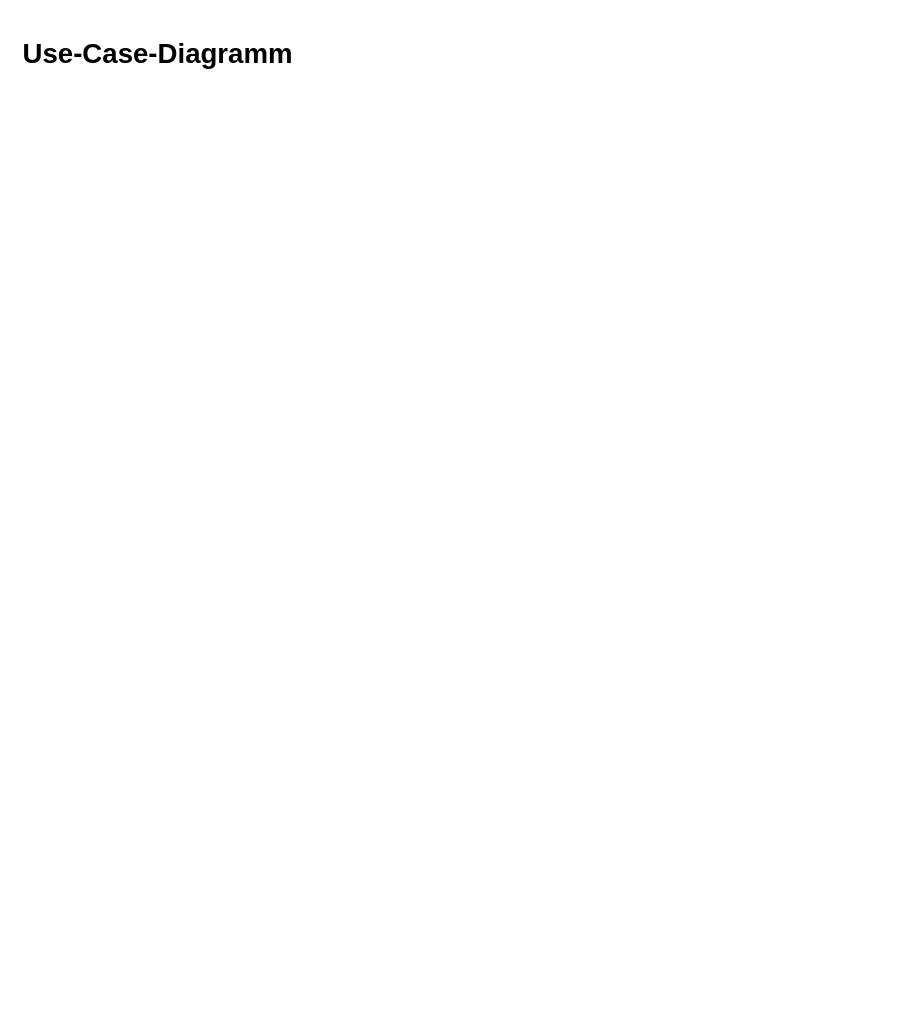
This is Use-Case-Diagramm_Hannah.drawio from LauraSw/Kreativkonzeption, a draw.io file, before an edit. Source tidied: cells renumbered, new cells numbered last; positions are measured from the earlier drawing's top-left corner, leaving out a move shared by most shapes. Both pictures are drawn from the tidied source at 115%, with x=0, y=0 at pixel (20, 31).
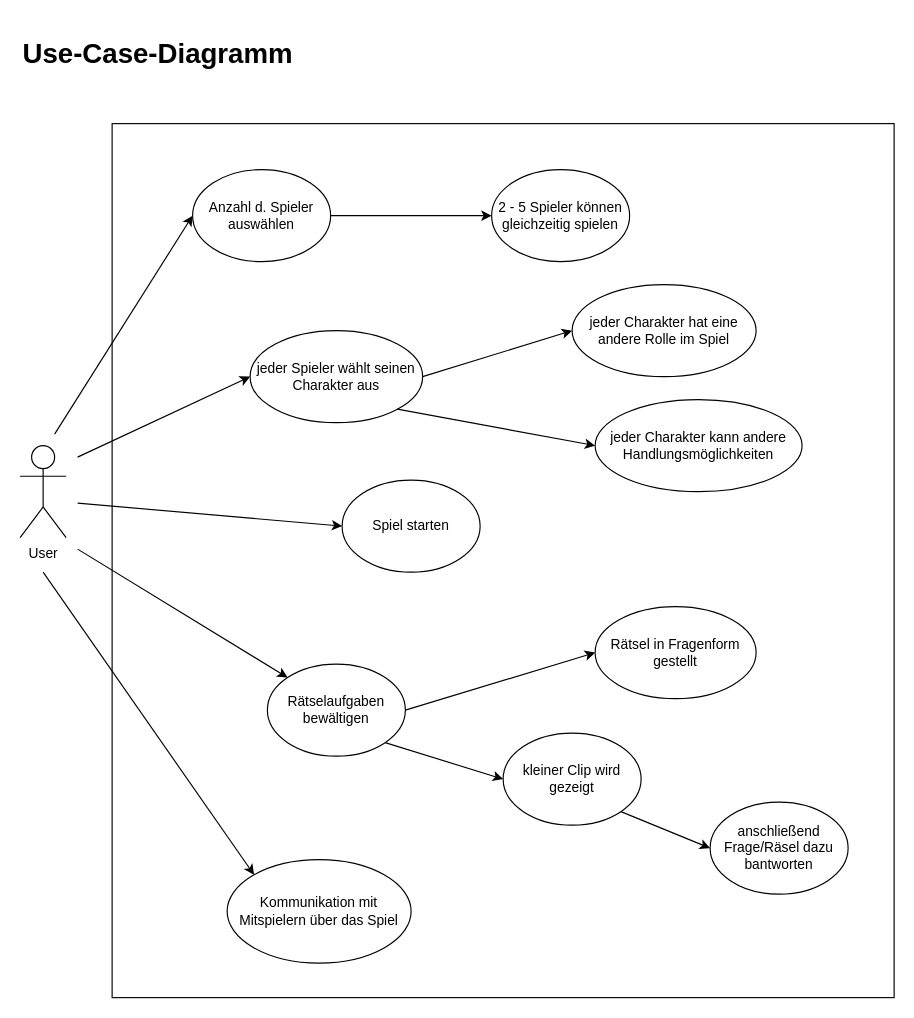
Above is the later version.

Commit message:
Update Use-Case

The edit, as a diff of the source:
```diff
@@
+    <mxCell id="3" value="User" style="shape=umlActor;verticalLabelPosition=bottom;verticalAlign=top;html=1;" parent="1" vertex="1">
+      <mxGeometry y="360" width="40" height="80" as="geometry" />
+    </mxCell>
+    <mxCell id="4" style="whiteSpace=wrap;html=1;" parent="1" vertex="1">
+      <mxGeometry x="80" y="80" width="680" height="760" as="geometry" />
+    </mxCell>
+    <mxCell id="5" value="Anzahl d. Spieler auswählen" style="ellipse;whiteSpace=wrap;html=1;" parent="1" vertex="1">
+      <mxGeometry x="150" y="120" width="120" height="80" as="geometry" />
+    </mxCell>
+    <mxCell id="6" value="2 - 5 Spieler können gleichzeitig spielen" style="ellipse;whiteSpace=wrap;html=1;" parent="1" vertex="1">
+      <mxGeometry x="410" y="120" width="120" height="80" as="geometry" />
+    </mxCell>
+    <mxCell id="7" value="jeder Spieler wählt seinen Charakter aus" style="ellipse;whiteSpace=wrap;html=1;" parent="1" vertex="1">
+      <mxGeometry x="200" y="260" width="150" height="80" as="geometry" />
+    </mxCell>
+    <mxCell id="8" value="jeder Charakter hat eine andere Rolle im Spiel" style="ellipse;whiteSpace=wrap;html=1;" parent="1" vertex="1">
+      <mxGeometry x="480" y="220" width="160" height="80" as="geometry" />
+    </mxCell>
+    <mxCell id="9" value="jeder Charakter kann andere Handlungsmöglichkeiten" style="ellipse;whiteSpace=wrap;html=1;" parent="1" vertex="1">
+      <mxGeometry x="500" y="320" width="180" height="80" as="geometry" />
+    </mxCell>
+    <mxCell id="10" value="Kommunikation mit Mitspielern über das Spiel" style="ellipse;whiteSpace=wrap;html=1;" parent="1" vertex="1">
+      <mxGeometry x="180" y="720" width="160" height="90" as="geometry" />
+    </mxCell>
+    <mxCell id="11" style="endArrow=classic;html=1;entryX=0;entryY=0.5;entryDx=0;entryDy=0;exitX=1;exitY=0.5;exitDx=0;exitDy=0;" parent="1" edge="1" source="5" target="6">
+      <mxGeometry relative="1" as="geometry" />
+    </mxCell>
+    <mxCell id="12" style="endArrow=classic;html=1;entryX=0;entryY=0.5;entryDx=0;entryDy=0;exitX=1;exitY=0.5;exitDx=0;exitDy=0;" parent="1" edge="1" source="7" target="8">
+      <mxGeometry relative="1" as="geometry" />
+    </mxCell>
+    <mxCell id="13" style="endArrow=classic;html=1;entryX=0;entryY=0.5;entryDx=0;entryDy=0;exitX=1;exitY=1;exitDx=0;exitDy=0;" parent="1" edge="1" source="7" target="9">
+      <mxGeometry relative="1" as="geometry" />
+    </mxCell>
+    <mxCell id="14" style="endArrow=classic;html=1;entryX=0;entryY=0.5;entryDx=0;entryDy=0;" parent="1" edge="1" target="5">
+      <mxGeometry relative="1" as="geometry">
+        <mxPoint x="30" y="350" as="sourcePoint" />
+      </mxGeometry>
+    </mxCell>
+    <mxCell id="15" style="endArrow=classic;html=1;entryX=0;entryY=0.5;entryDx=0;entryDy=0;" parent="1" edge="1" target="7">
+      <mxGeometry relative="1" as="geometry">
+        <mxPoint x="50" y="370" as="sourcePoint" />
+      </mxGeometry>
+    </mxCell>
+    <mxCell id="16" style="endArrow=classic;html=1;entryX=0;entryY=0;entryDx=0;entryDy=0;" parent="1" edge="1" target="10">
+      <mxGeometry relative="1" as="geometry">
+        <mxPoint x="20" y="470" as="sourcePoint" />
+      </mxGeometry>
+    </mxCell>
+    <mxCell id="17" value="Spiel starten" style="ellipse;whiteSpace=wrap;html=1;" parent="1" vertex="1">
+      <mxGeometry x="280" y="390" width="120" height="80" as="geometry" />
+    </mxCell>
+    <mxCell id="18" style="endArrow=classic;html=1;entryX=0;entryY=0.5;entryDx=0;entryDy=0;" parent="1" edge="1" target="17">
+      <mxGeometry relative="1" as="geometry">
+        <mxPoint x="50" y="410" as="sourcePoint" />
+      </mxGeometry>
+    </mxCell>
+    <mxCell id="19" value="Rätselaufgaben bewältigen" style="ellipse;whiteSpace=wrap;html=1;" parent="1" vertex="1">
+      <mxGeometry x="215" y="550" width="120" height="80" as="geometry" />
+    </mxCell>
+    <mxCell id="20" value="Rätsel in Fragenform gestellt" style="ellipse;whiteSpace=wrap;html=1;" parent="1" vertex="1">
+      <mxGeometry x="500" y="500" width="140" height="80" as="geometry" />
+    </mxCell>
+    <mxCell id="21" value="kleiner Clip wird gezeigt" style="ellipse;whiteSpace=wrap;html=1;" parent="1" vertex="1">
+      <mxGeometry x="420" y="610" width="120" height="80" as="geometry" />
+    </mxCell>
+    <mxCell id="22" value="anschließend Frage/Räsel dazu bantworten" style="ellipse;whiteSpace=wrap;html=1;" parent="1" vertex="1">
+      <mxGeometry x="600" y="670" width="120" height="80" as="geometry" />
+    </mxCell>
+    <mxCell id="23" style="endArrow=classic;html=1;entryX=0;entryY=0;entryDx=0;entryDy=0;" parent="1" edge="1" target="19">
+      <mxGeometry relative="1" as="geometry">
+        <mxPoint x="50" y="450" as="sourcePoint" />
+      </mxGeometry>
+    </mxCell>
+    <mxCell id="24" style="endArrow=classic;html=1;exitX=1;exitY=0.5;exitDx=0;exitDy=0;entryX=0;entryY=0.5;entryDx=0;entryDy=0;" parent="1" edge="1" source="19" target="20">
+      <mxGeometry relative="1" as="geometry" />
+    </mxCell>
+    <mxCell id="25" style="endArrow=classic;html=1;exitX=1;exitY=1;exitDx=0;exitDy=0;entryX=0;entryY=0.5;entryDx=0;entryDy=0;" parent="1" edge="1" source="19" target="21">
+      <mxGeometry relative="1" as="geometry" />
+    </mxCell>
+    <mxCell id="26" style="endArrow=classic;html=1;entryX=0;entryY=0.5;entryDx=0;entryDy=0;exitX=1;exitY=1;exitDx=0;exitDy=0;" parent="1" edge="1" source="21" target="22">
+      <mxGeometry relative="1" as="geometry" />
+    </mxCell>
```
